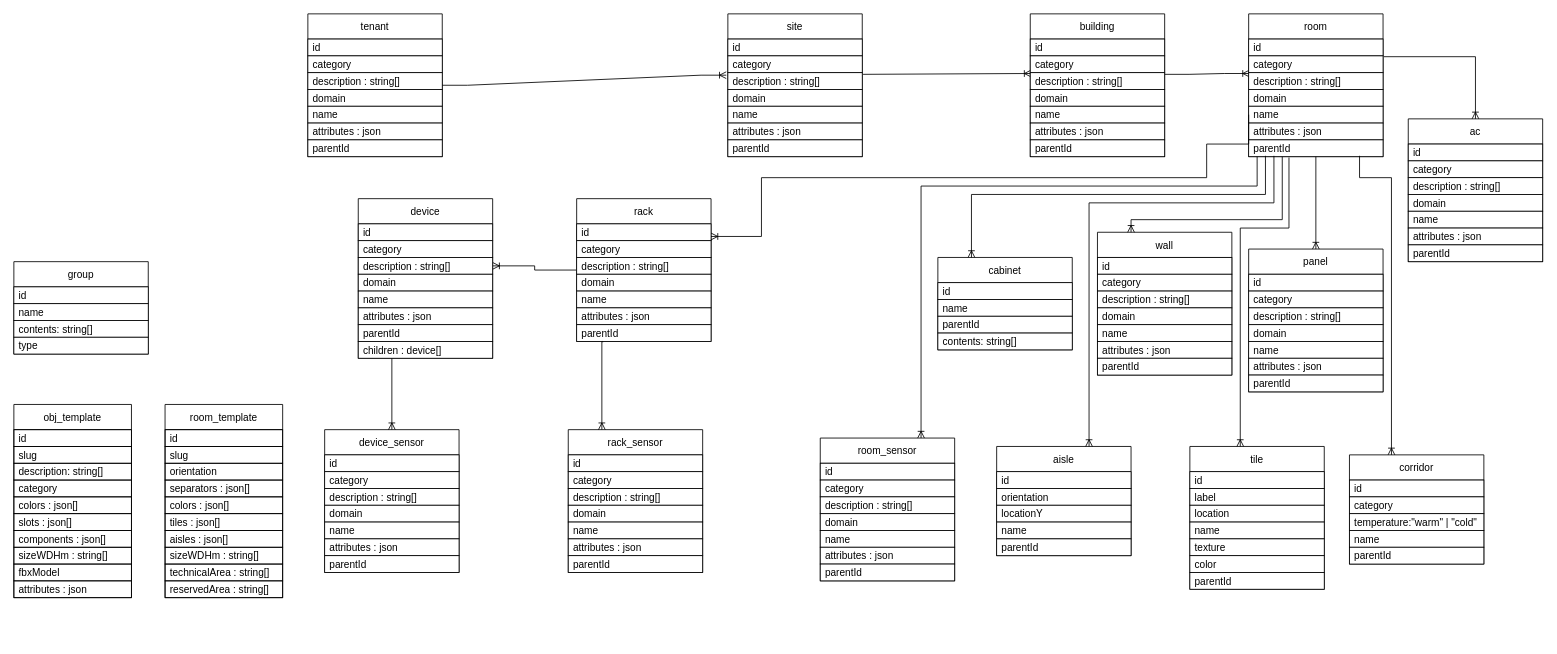
The draw.io diagram resources/diagrams/DB.drawio in ditrit/OGrEE-Core, before the edit. Source tidied: cells renumbered, new cells numbered last; positions are measured from the earlier drawing's top-left corner, leaving out a move shared by most shapes. Both pictures are drawn from the tidied source at 84%, with x=0, y=0 at pixel (13, 13).
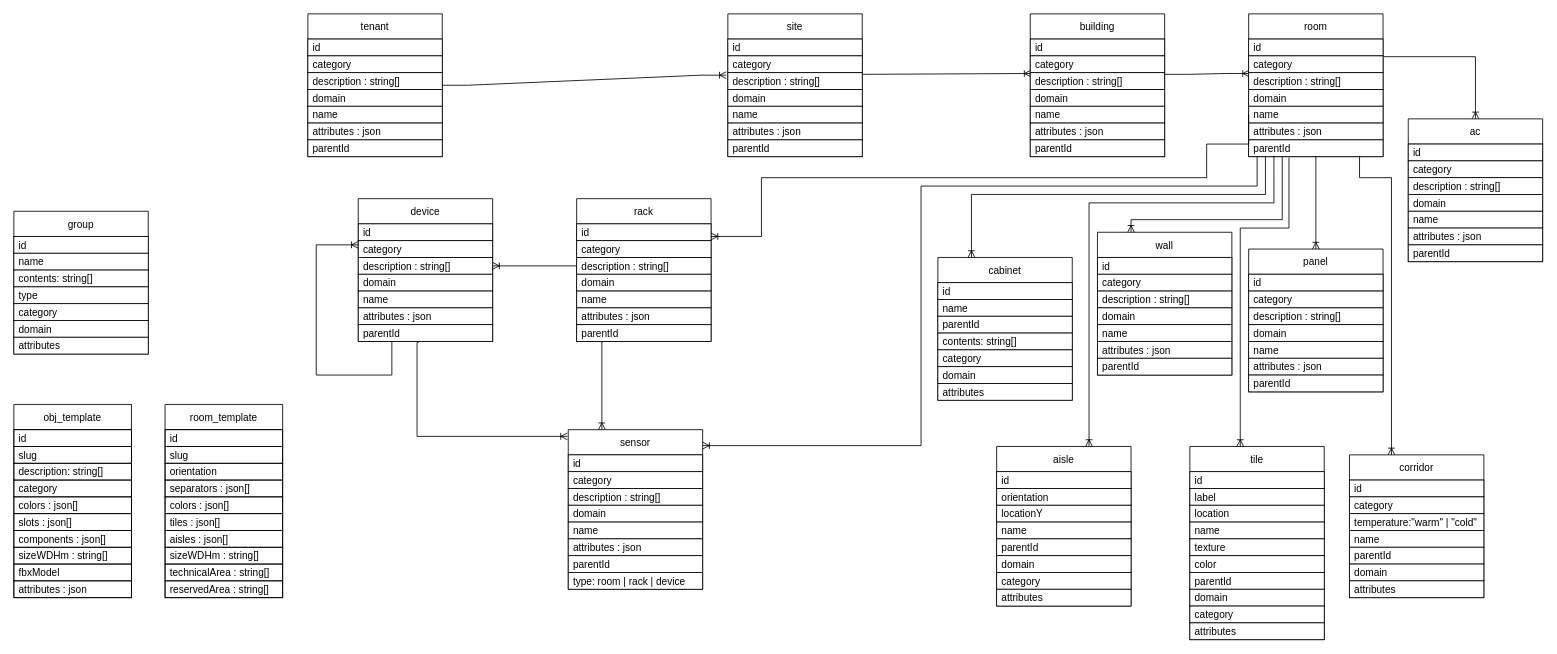
The same page after the edit.

Commit message (it also covers changes not shown here):
Updated DB Diagram, and test script for the previous commit

Unchanged cells that the change refers to:
```xml
<mxCell id="50" value="parentId" style="text;strokeColor=default;fillColor=default;align=left;verticalAlign=middle;spacingLeft=4;spacingRight=4;overflow=hidden;points=[[0,0.5],[1,0.5]];portConstraint=eastwest;fontColor=default;" parent="40" vertex="1">
  <mxGeometry y="150" width="160" height="20" as="geometry" />
</mxCell>
<mxCell id="52" value="rack" style="swimlane;fontStyle=0;horizontal=1;startSize=30;fillColor=default;strokeColor=default;fontColor=default;" parent="1" vertex="1">
  <mxGeometry x="670" y="220" width="160" height="170" as="geometry" />
</mxCell>
<mxCell id="63" value="description : string[]" style="text;strokeColor=default;fillColor=default;align=left;verticalAlign=middle;spacingLeft=4;spacingRight=4;overflow=hidden;points=[[0,0.5],[1,0.5]];portConstraint=eastwest;fontColor=default;" parent="60" vertex="1">
  <mxGeometry y="70" width="160" height="20" as="geometry" />
</mxCell>
<mxCell id="67" value="parentId" style="text;strokeColor=default;fillColor=default;align=left;verticalAlign=middle;spacingLeft=4;spacingRight=4;overflow=hidden;points=[[0,0.5],[1,0.5]];portConstraint=eastwest;fontColor=default;" parent="60" vertex="1">
  <mxGeometry y="150" width="160" height="20" as="geometry" />
</mxCell>
```

The edit, as a diff of the source:
```diff
@@
     <mxCell id="51" style="edgeStyle=orthogonalEdgeStyle;rounded=0;jettySize=auto;html=1;exitX=0;exitY=0.5;exitDx=0;exitDy=0;entryX=1;entryY=0.5;entryDx=0;entryDy=0;labelBackgroundColor=default;fontColor=default;endArrow=ERoneToMany;endFill=0;strokeColor=default;" parent="1" edge="1" source="52" target="63">
-      <mxGeometry relative="1" as="geometry" />
+      <mxGeometry relative="1" as="geometry">
+        <Array as="points">
+          <mxPoint x="670" y="300" />
+        </Array>
+      </mxGeometry>
     </mxCell>
@@
     <mxCell id="60" value="device" style="swimlane;fontStyle=0;horizontal=1;startSize=30;fillColor=default;strokeColor=default;fontColor=default;" parent="1" vertex="1">
-      <mxGeometry x="410" y="220" width="160" height="190" as="geometry" />
+      <mxGeometry x="410" y="220" width="160" height="170" as="geometry" />
     </mxCell>
@@
-    <mxCell id="68" value="children : device[]" style="text;strokeColor=default;fillColor=default;align=left;verticalAlign=middle;spacingLeft=4;spacingRight=4;overflow=hidden;fontColor=default;" parent="60" vertex="1">
-      <mxGeometry y="170" width="160" height="20" as="geometry" />
-    </mxCell>
+    <mxCell id="105" style="edgeStyle=orthogonalEdgeStyle;rounded=0;jettySize=auto;html=1;labelBackgroundColor=default;fontColor=default;endArrow=ERoneToMany;endFill=0;strokeColor=default;exitX=0.25;exitY=1;exitDx=0;exitDy=0;" parent="60" edge="1" source="60">
+      <mxGeometry relative="1" as="geometry">
+        <mxPoint y="55" as="targetPoint" />
+        <Array as="points">
+          <mxPoint x="40" y="210" />
+          <mxPoint x="-50" y="210" />
+          <mxPoint x="-50" y="55" />
+        </Array>
+      </mxGeometry>
+    </mxCell>
@@
-    <mxCell id="81" value="rack_sensor" style="swimlane;fontStyle=0;horizontal=1;startSize=30;fillColor=default;strokeColor=default;fontColor=default;" parent="1" vertex="1">
-      <mxGeometry x="660" y="495" width="160" height="170" as="geometry" />
+    <mxCell id="81" value="sensor" style="swimlane;fontStyle=0;horizontal=1;startSize=30;fillColor=default;strokeColor=default;fontColor=default;" parent="1" vertex="1">
+      <mxGeometry x="660" y="495" width="160" height="190" as="geometry" />
     </mxCell>
@@
-    <mxCell id="89" value="device_sensor" style="swimlane;fontStyle=0;horizontal=1;startSize=30;fillColor=default;strokeColor=default;fontColor=default;" parent="1" vertex="1">
-      <mxGeometry x="370" y="495" width="160" height="170" as="geometry" />
-    </mxCell>
-    <mxCell id="90" value="id" style="text;strokeColor=default;fillColor=default;align=left;verticalAlign=middle;spacingLeft=4;spacingRight=4;overflow=hidden;fontColor=default;" parent="89" vertex="1">
-      <mxGeometry y="30" width="160" height="20" as="geometry" />
-    </mxCell>
-    <mxCell id="91" value="category" style="text;strokeColor=default;fillColor=default;align=left;verticalAlign=middle;spacingLeft=4;spacingRight=4;overflow=hidden;fontColor=default;" parent="89" vertex="1">
-      <mxGeometry y="50" width="160" height="20" as="geometry" />
-    </mxCell>
-    <mxCell id="92" value="description : string[]" style="text;strokeColor=default;fillColor=default;align=left;verticalAlign=middle;spacingLeft=4;spacingRight=4;overflow=hidden;fontColor=default;" parent="89" vertex="1">
-      <mxGeometry y="70" width="160" height="20" as="geometry" />
-    </mxCell>
-    <mxCell id="93" value="domain" style="text;strokeColor=default;fillColor=default;align=left;verticalAlign=middle;spacingLeft=4;spacingRight=4;overflow=hidden;fontColor=default;" parent="89" vertex="1">
-      <mxGeometry y="90" width="160" height="20" as="geometry" />
-    </mxCell>
-    <mxCell id="94" value="name" style="text;strokeColor=default;fillColor=default;align=left;verticalAlign=middle;spacingLeft=4;spacingRight=4;overflow=hidden;fontColor=default;" parent="89" vertex="1">
-      <mxGeometry y="110" width="160" height="20" as="geometry" />
-    </mxCell>
-    <mxCell id="95" value="attributes : json" style="text;strokeColor=default;fillColor=default;align=left;verticalAlign=middle;spacingLeft=4;spacingRight=4;overflow=hidden;fontColor=default;" parent="89" vertex="1">
-      <mxGeometry y="130" width="160" height="20" as="geometry" />
-    </mxCell>
-    <mxCell id="96" value="parentId" style="text;strokeColor=default;fillColor=default;align=left;verticalAlign=middle;spacingLeft=4;spacingRight=4;overflow=hidden;fontColor=default;" parent="89" vertex="1">
-      <mxGeometry y="150" width="160" height="20" as="geometry" />
-    </mxCell>
-    <mxCell id="97" value="room_sensor" style="swimlane;fontStyle=0;horizontal=1;startSize=30;fillColor=default;strokeColor=default;fontColor=default;" parent="1" vertex="1">
-      <mxGeometry x="960" y="505" width="160" height="170" as="geometry" />
-    </mxCell>
-    <mxCell id="98" value="id" style="text;strokeColor=default;fillColor=default;align=left;verticalAlign=middle;spacingLeft=4;spacingRight=4;overflow=hidden;fontColor=default;" parent="97" vertex="1">
-      <mxGeometry y="30" width="160" height="20" as="geometry" />
-    </mxCell>
-    <mxCell id="99" value="category" style="text;strokeColor=default;fillColor=default;align=left;verticalAlign=middle;spacingLeft=4;spacingRight=4;overflow=hidden;fontColor=default;" parent="97" vertex="1">
-      <mxGeometry y="50" width="160" height="20" as="geometry" />
-    </mxCell>
-    <mxCell id="100" value="description : string[]" style="text;strokeColor=default;fillColor=default;align=left;verticalAlign=middle;spacingLeft=4;spacingRight=4;overflow=hidden;fontColor=default;" parent="97" vertex="1">
-      <mxGeometry y="70" width="160" height="20" as="geometry" />
-    </mxCell>
-    <mxCell id="101" value="domain" style="text;strokeColor=default;fillColor=default;align=left;verticalAlign=middle;spacingLeft=4;spacingRight=4;overflow=hidden;fontColor=default;" parent="97" vertex="1">
-      <mxGeometry y="90" width="160" height="20" as="geometry" />
-    </mxCell>
-    <mxCell id="102" value="name" style="text;strokeColor=default;fillColor=default;align=left;verticalAlign=middle;spacingLeft=4;spacingRight=4;overflow=hidden;fontColor=default;" parent="97" vertex="1">
-      <mxGeometry y="110" width="160" height="20" as="geometry" />
-    </mxCell>
-    <mxCell id="103" value="attributes : json" style="text;strokeColor=default;fillColor=default;align=left;verticalAlign=middle;spacingLeft=4;spacingRight=4;overflow=hidden;fontColor=default;" parent="97" vertex="1">
-      <mxGeometry y="130" width="160" height="20" as="geometry" />
-    </mxCell>
-    <mxCell id="104" value="parentId" style="text;strokeColor=default;fillColor=default;align=left;verticalAlign=middle;spacingLeft=4;spacingRight=4;overflow=hidden;fontColor=default;" parent="97" vertex="1">
-      <mxGeometry y="150" width="160" height="20" as="geometry" />
-    </mxCell>
-    <mxCell id="105" style="edgeStyle=orthogonalEdgeStyle;rounded=0;jettySize=auto;html=1;labelBackgroundColor=default;fontColor=default;endArrow=ERoneToMany;endFill=0;strokeColor=default;exitX=0.25;exitY=1;exitDx=0;exitDy=0;" parent="1" edge="1" source="60" target="89">
-      <mxGeometry relative="1" as="geometry" />
-    </mxCell>
+    <mxCell id="181" value="type: room | rack | device" style="text;strokeColor=default;fillColor=default;align=left;verticalAlign=middle;spacingLeft=4;spacingRight=4;overflow=hidden;fontColor=default;" parent="81" vertex="1">
+      <mxGeometry y="170" width="160" height="20" as="geometry" />
+    </mxCell>
@@
-    <mxCell id="107" style="edgeStyle=orthogonalEdgeStyle;rounded=0;jettySize=auto;html=1;labelBackgroundColor=default;fontColor=default;endArrow=ERoneToMany;endFill=0;strokeColor=default;entryX=0.75;entryY=0;entryDx=0;entryDy=0;exitX=0.063;exitY=1;exitDx=0;exitDy=0;exitPerimeter=0;" parent="1" edge="1" source="50" target="97">
+    <mxCell id="107" style="edgeStyle=orthogonalEdgeStyle;rounded=0;jettySize=auto;html=1;labelBackgroundColor=default;fontColor=default;endArrow=ERoneToMany;endFill=0;strokeColor=default;entryX=1;entryY=0.1;entryDx=0;entryDy=0;exitX=0.063;exitY=1;exitDx=0;exitDy=0;exitPerimeter=0;entryPerimeter=0;" parent="1" edge="1" source="50" target="81">
       <mxGeometry relative="1" as="geometry">
         <Array as="points">
           <mxPoint x="1480" y="205" />
           <mxPoint x="1080" y="205" />
+          <mxPoint x="1080" y="514" />
         </Array>
       </mxGeometry>
     </mxCell>
@@
     <mxCell id="126" value="corridor" style="swimlane;fontStyle=0;horizontal=1;startSize=30;fillColor=default;strokeColor=default;fontColor=default;" parent="1" vertex="1">
-      <mxGeometry x="1590" y="525" width="160" height="130" as="geometry" />
+      <mxGeometry x="1590" y="525" width="160" height="170" as="geometry" />
     </mxCell>
@@
+    <mxCell id="182" value="domain" style="text;strokeColor=default;fillColor=default;align=left;verticalAlign=middle;spacingLeft=4;spacingRight=4;overflow=hidden;fontColor=default;" parent="126" vertex="1">
+      <mxGeometry y="130" width="160" height="20" as="geometry" />
+    </mxCell>
+    <mxCell id="183" value="attributes" style="text;strokeColor=default;fillColor=default;align=left;verticalAlign=middle;spacingLeft=4;spacingRight=4;overflow=hidden;fontColor=default;" parent="126" vertex="1">
+      <mxGeometry y="150" width="160" height="20" as="geometry" />
+    </mxCell>
     <mxCell id="134" value="group" style="swimlane;fontStyle=0;horizontal=1;startSize=30;fillColor=default;strokeColor=default;fontColor=default;" parent="1" vertex="1">
-      <mxGeometry y="295" width="160" height="110" as="geometry" />
+      <mxGeometry y="235" width="160" height="170" as="geometry" />
     </mxCell>
@@
+    <mxCell id="184" value="category" style="text;strokeColor=default;fillColor=default;align=left;verticalAlign=middle;spacingLeft=4;spacingRight=4;overflow=hidden;fontColor=default;" parent="134" vertex="1">
+      <mxGeometry y="110" width="160" height="20" as="geometry" />
+    </mxCell>
+    <mxCell id="185" value="domain" style="text;strokeColor=default;fillColor=default;align=left;verticalAlign=middle;spacingLeft=4;spacingRight=4;overflow=hidden;fontColor=default;" parent="134" vertex="1">
+      <mxGeometry y="130" width="160" height="20" as="geometry" />
+    </mxCell>
+    <mxCell id="186" value="attributes" style="text;strokeColor=default;fillColor=default;align=left;verticalAlign=middle;spacingLeft=4;spacingRight=4;overflow=hidden;fontColor=default;" parent="134" vertex="1">
+      <mxGeometry y="150" width="160" height="20" as="geometry" />
+    </mxCell>
     <mxCell id="141" value="aisle" style="swimlane;fontStyle=0;horizontal=1;startSize=30;fillColor=default;strokeColor=default;fontColor=default;" parent="1" vertex="1">
-      <mxGeometry x="1170" y="515" width="160" height="130" as="geometry" />
+      <mxGeometry x="1170" y="515" width="160" height="190" as="geometry" />
     </mxCell>
@@
+    <mxCell id="187" value="domain" style="text;strokeColor=default;fillColor=default;align=left;verticalAlign=middle;spacingLeft=4;spacingRight=4;overflow=hidden;fontColor=default;" parent="141" vertex="1">
+      <mxGeometry y="130" width="160" height="20" as="geometry" />
+    </mxCell>
+    <mxCell id="188" value="category" style="text;strokeColor=default;fillColor=default;align=left;verticalAlign=middle;spacingLeft=4;spacingRight=4;overflow=hidden;fontColor=default;" parent="141" vertex="1">
+      <mxGeometry y="150" width="160" height="20" as="geometry" />
+    </mxCell>
+    <mxCell id="189" value="attributes" style="text;strokeColor=default;fillColor=default;align=left;verticalAlign=middle;spacingLeft=4;spacingRight=4;overflow=hidden;fontColor=default;" parent="141" vertex="1">
+      <mxGeometry y="170" width="160" height="20" as="geometry" />
+    </mxCell>
     <mxCell id="149" value="cabinet" style="swimlane;fontStyle=0;horizontal=1;startSize=30;fillColor=default;strokeColor=default;fontColor=default;" parent="1" vertex="1">
-      <mxGeometry x="1100" y="290" width="160" height="110" as="geometry" />
+      <mxGeometry x="1100" y="290" width="160" height="170" as="geometry" />
     </mxCell>
@@
+    <mxCell id="190" value="category" style="text;strokeColor=default;fillColor=default;align=left;verticalAlign=middle;spacingLeft=4;spacingRight=4;overflow=hidden;fontColor=default;" parent="149" vertex="1">
+      <mxGeometry y="110" width="160" height="20" as="geometry" />
+    </mxCell>
+    <mxCell id="191" value="domain" style="text;strokeColor=default;fillColor=default;align=left;verticalAlign=middle;spacingLeft=4;spacingRight=4;overflow=hidden;fontColor=default;" parent="149" vertex="1">
+      <mxGeometry y="130" width="160" height="20" as="geometry" />
+    </mxCell>
+    <mxCell id="192" value="attributes" style="text;strokeColor=default;fillColor=default;align=left;verticalAlign=middle;spacingLeft=4;spacingRight=4;overflow=hidden;fontColor=default;" parent="149" vertex="1">
+      <mxGeometry y="150" width="160" height="20" as="geometry" />
+    </mxCell>
     <mxCell id="156" value="tile" style="swimlane;fontStyle=0;horizontal=1;startSize=30;fillColor=default;strokeColor=default;fontColor=default;" parent="1" vertex="1">
-      <mxGeometry x="1400" y="515" width="160" height="170" as="geometry" />
+      <mxGeometry x="1400" y="515" width="160" height="230" as="geometry" />
     </mxCell>
@@
+    <mxCell id="193" value="domain" style="text;strokeColor=default;fillColor=default;align=left;verticalAlign=middle;spacingLeft=4;spacingRight=4;overflow=hidden;fontColor=default;" parent="156" vertex="1">
+      <mxGeometry y="170" width="160" height="20" as="geometry" />
+    </mxCell>
+    <mxCell id="194" value="category" style="text;strokeColor=default;fillColor=default;align=left;verticalAlign=middle;spacingLeft=4;spacingRight=4;overflow=hidden;fontColor=default;" parent="156" vertex="1">
+      <mxGeometry y="190" width="160" height="20" as="geometry" />
+    </mxCell>
+    <mxCell id="195" value="attributes" style="text;strokeColor=default;fillColor=default;align=left;verticalAlign=middle;spacingLeft=4;spacingRight=4;overflow=hidden;fontColor=default;" parent="156" vertex="1">
+      <mxGeometry y="210" width="160" height="20" as="geometry" />
+    </mxCell>
@@
+    <mxCell id="196" style="edgeStyle=orthogonalEdgeStyle;rounded=0;jettySize=auto;html=1;labelBackgroundColor=default;fontColor=default;endArrow=ERoneToMany;endFill=0;strokeColor=default;entryX=-0.006;entryY=0.042;entryDx=0;entryDy=0;entryPerimeter=0;exitX=0.45;exitY=1.05;exitDx=0;exitDy=0;exitPerimeter=0;" parent="1" edge="1" source="67" target="81">
+      <mxGeometry relative="1" as="geometry">
+        <Array as="points">
+          <mxPoint x="480" y="391" />
+          <mxPoint x="480" y="503" />
+        </Array>
+      </mxGeometry>
+    </mxCell>
```
